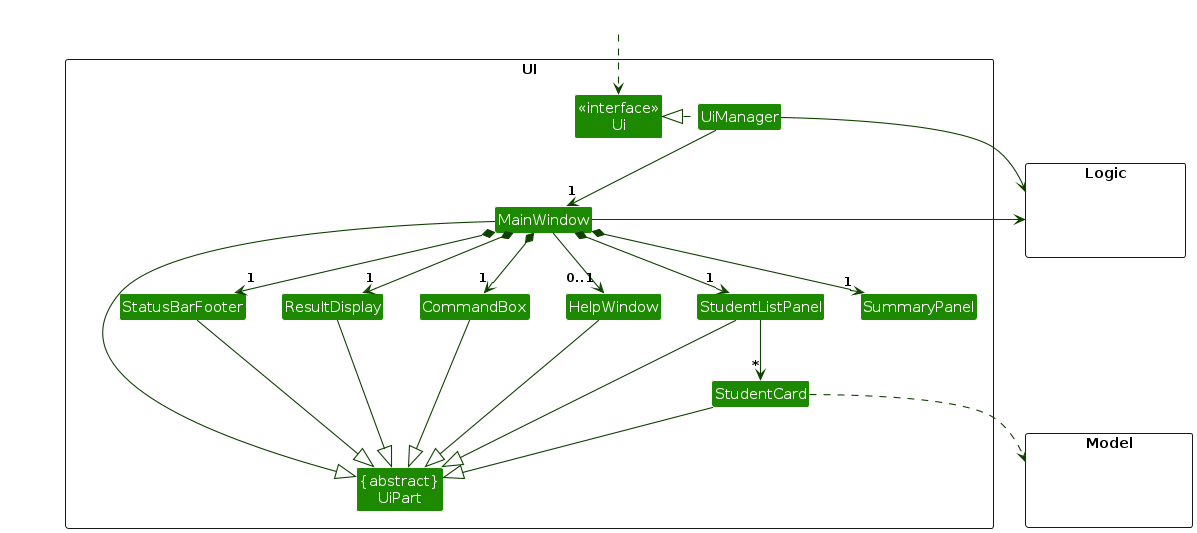
Above: diagrams/UiClassDiagram.png in CJBuzz/tp (PlantUML), before the change. Its source is kept beside it as diagrams/UiClassDiagram.puml.
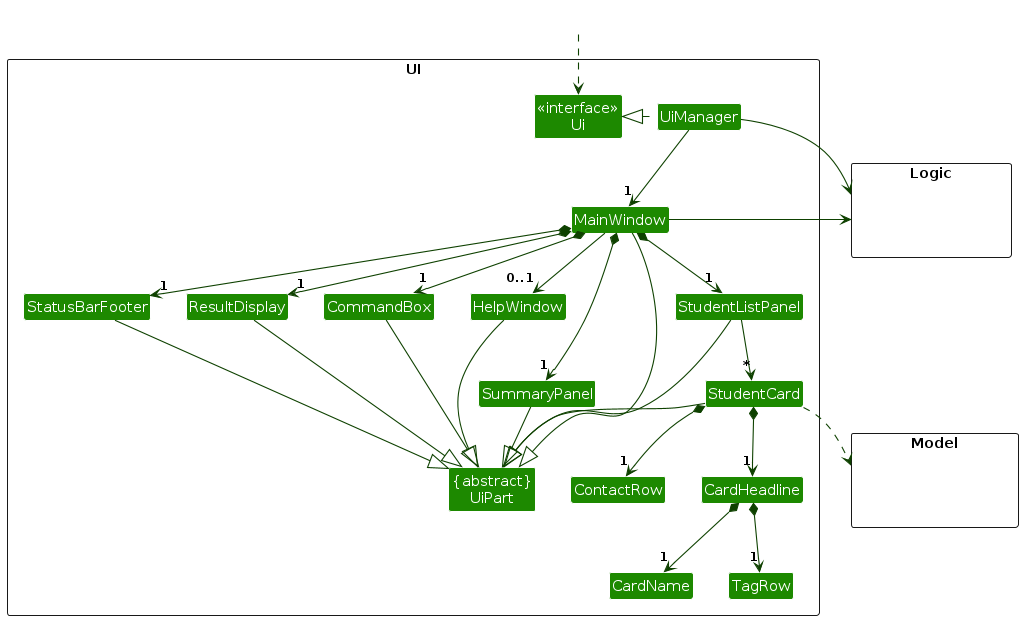
Above is the later version.

The edit, as a diff of the source:
```diff
@@ -16,6 +16,10 @@
 Class SummaryPanel
 Class StatusBarFooter
 Class CommandBox
+Class CardHeadline
+Class CardName
+Class TagRow
+Class ContactRow
 }
 
 package Model <<Rectangle>> {
@@ -39,6 +43,10 @@
 MainWindow --> "0..1" HelpWindow
 
 StudentListPanel -down-> "*" StudentCard
+StudentCard *-down-> "1" CardHeadline
+StudentCard *-down-> "1" ContactRow
+CardHeadline *-down-> "1" CardName
+CardHeadline *-down-> "1" TagRow
 
 MainWindow -left-|> UiPart
 
@@ -48,6 +56,7 @@
 StudentCard --|> UiPart
 StatusBarFooter --|> UiPart
 HelpWindow --|> UiPart
+SummaryPanel --|> UiPart
 
 StudentCard ..> Model
 UiManager -right-> Logic
```
